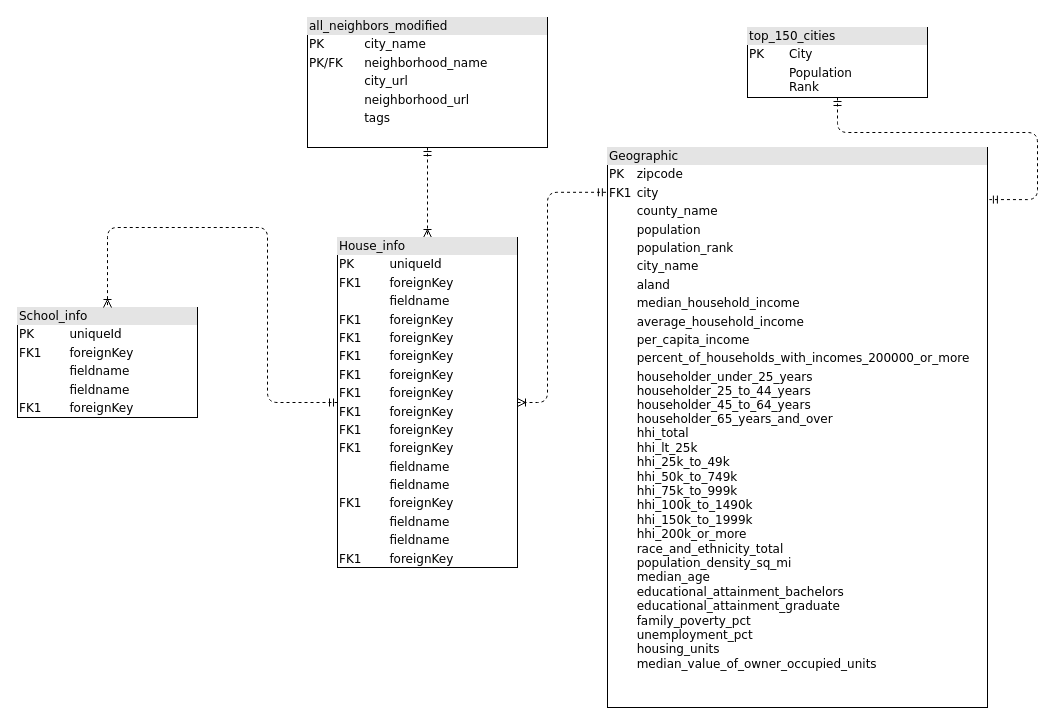
Earlier version of the draw.io diagram DataBase-Diagram.drawio (sakuraszy/STATS-170A-Group). Source tidied: cells renumbered, new cells numbered last; positions are measured from the earlier drawing's top-left corner, leaving out a move shared by most shapes. Both pictures are drawn from the tidied source at 100%, with x=0, y=0 at pixel (17, 17).
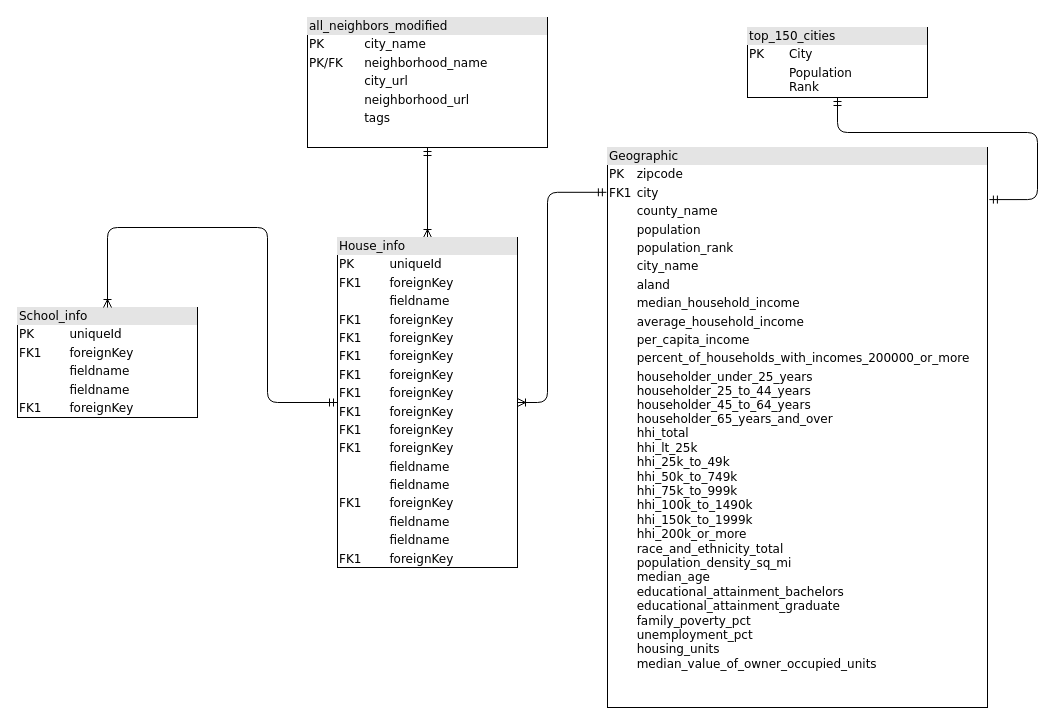
Above is the later version.

Change to the diagram source:
```diff
@@
 <mxGraphModel background="#ffffff">
   <root>
     <mxCell id="0" />
     <mxCell id="1" parent="0" />
-    <mxCell id="2" style="edgeStyle=orthogonalEdgeStyle;html=1;entryX=0.5;entryY=0;dashed=1;labelBackgroundColor=none;startArrow=ERmandOne;endArrow=ERoneToMany;fontFamily=Verdana;fontSize=12;align=left;" parent="1" edge="1" source="4" target="8">
+    <mxCell id="2" style="edgeStyle=orthogonalEdgeStyle;html=1;entryX=0.5;entryY=0;labelBackgroundColor=none;startArrow=ERmandOne;endArrow=ERoneToMany;fontFamily=Verdana;fontSize=12;align=left;" parent="1" edge="1" source="4" target="8">
       <mxGeometry relative="1" as="geometry" />
     </mxCell>
-    <mxCell id="3" style="edgeStyle=orthogonalEdgeStyle;html=1;dashed=1;labelBackgroundColor=none;startArrow=ERmandOne;endArrow=ERmandOne;fontFamily=Verdana;fontSize=12;align=left;startFill=0;endFill=0;entryX=1.005;entryY=0.093;entryDx=0;entryDy=0;entryPerimeter=0;" parent="1" edge="1" source="10" target="9">
+    <mxCell id="3" style="edgeStyle=orthogonalEdgeStyle;html=1;labelBackgroundColor=none;startArrow=ERmandOne;endArrow=ERmandOne;fontFamily=Verdana;fontSize=12;align=left;startFill=0;endFill=0;entryX=1.005;entryY=0.093;entryDx=0;entryDy=0;entryPerimeter=0;" parent="1" edge="1" source="10" target="9">
       <mxGeometry relative="1" as="geometry">
         <Array as="points">
           <mxPoint x="820" y="115" />
           <mxPoint x="1020" y="115" />
           <mxPoint x="1020" y="182" />
         </Array>
       </mxGeometry>
     </mxCell>
     <mxCell id="4" value="&lt;div style=&quot;box-sizing: border-box ; width: 100% ; background: #e4e4e4 ; padding: 2px&quot;&gt;all_neighbors_modified&lt;/div&gt;&lt;table style=&quot;width: 100% ; font-size: 1em&quot; cellpadding=&quot;2&quot; cellspacing=&quot;0&quot;&gt;&lt;tbody&gt;&lt;tr&gt;&lt;td&gt;PK&lt;/td&gt;&lt;td&gt;city_name&lt;/td&gt;&lt;/tr&gt;&lt;tr&gt;&lt;td&gt;PK/FK&lt;/td&gt;&lt;td&gt;neighborhood_name&lt;/td&gt;&lt;/tr&gt;&lt;tr&gt;&lt;td&gt;&lt;/td&gt;&lt;td&gt;city_url&lt;/td&gt;&lt;/tr&gt;&lt;tr&gt;&lt;td&gt;&lt;br&gt;&lt;/td&gt;&lt;td&gt;neighborhood_url&lt;br&gt;&lt;/td&gt;&lt;/tr&gt;&lt;tr&gt;&lt;td&gt;&lt;br&gt;&lt;/td&gt;&lt;td&gt;tags&lt;br&gt;&lt;/td&gt;&lt;/tr&gt;&lt;tr&gt;&lt;td&gt;&lt;br&gt;&lt;/td&gt;&lt;td&gt;&lt;br&gt;&lt;/td&gt;&lt;/tr&gt;&lt;/tbody&gt;&lt;/table&gt;" style="verticalAlign=top;align=left;overflow=fill;html=1;rounded=0;shadow=0;comic=0;labelBackgroundColor=none;strokeWidth=1;fontFamily=Verdana;fontSize=12;" parent="1" vertex="1">
       <mxGeometry x="290" width="240" height="130" as="geometry" />
     </mxCell>
     <mxCell id="5" value="&lt;div style=&quot;box-sizing: border-box ; width: 100% ; background: #e4e4e4 ; padding: 2px&quot;&gt;School_info&lt;/div&gt;&lt;table style=&quot;width: 100% ; font-size: 1em&quot; cellpadding=&quot;2&quot; cellspacing=&quot;0&quot;&gt;&lt;tbody&gt;&lt;tr&gt;&lt;td&gt;PK&lt;/td&gt;&lt;td&gt;uniqueId&lt;/td&gt;&lt;/tr&gt;&lt;tr&gt;&lt;td&gt;FK1&lt;/td&gt;&lt;td&gt;foreignKey&lt;/td&gt;&lt;/tr&gt;&lt;tr&gt;&lt;td&gt;&lt;/td&gt;&lt;td&gt;fieldname&lt;/td&gt;&lt;/tr&gt;&lt;tr&gt;&lt;td&gt;&lt;br&gt;&lt;/td&gt;&lt;td&gt;fieldname&lt;br&gt;&lt;/td&gt;&lt;/tr&gt;&lt;tr&gt;&lt;td&gt;FK1&lt;br&gt;&lt;/td&gt;&lt;td&gt;foreignKey&lt;br&gt;&lt;/td&gt;&lt;/tr&gt;&lt;/tbody&gt;&lt;/table&gt;" style="verticalAlign=top;align=left;overflow=fill;html=1;rounded=0;shadow=0;comic=0;labelBackgroundColor=none;strokeWidth=1;fontFamily=Verdana;fontSize=12;" parent="1" vertex="1">
       <mxGeometry y="290" width="180" height="110" as="geometry" />
     </mxCell>
-    <mxCell id="6" style="edgeStyle=orthogonalEdgeStyle;html=1;entryX=0.5;entryY=0;labelBackgroundColor=none;startArrow=ERmandOne;endArrow=ERoneToMany;fontFamily=Verdana;fontSize=12;align=left;dashed=1;" parent="1" edge="1" source="8" target="5">
+    <mxCell id="6" style="edgeStyle=orthogonalEdgeStyle;html=1;entryX=0.5;entryY=0;labelBackgroundColor=none;startArrow=ERmandOne;endArrow=ERoneToMany;fontFamily=Verdana;fontSize=12;align=left;" parent="1" edge="1" source="8" target="5">
       <mxGeometry relative="1" as="geometry" />
     </mxCell>
-    <mxCell id="7" style="edgeStyle=orthogonalEdgeStyle;jettySize=auto;html=1;startArrow=ERoneToMany;startFill=0;endArrow=ERmandOne;endFill=0;rounded=1;dashed=1;entryX=-0.003;entryY=0.08;entryDx=0;entryDy=0;entryPerimeter=0;" parent="1" edge="1" source="8" target="9">
+    <mxCell id="7" style="edgeStyle=orthogonalEdgeStyle;jettySize=auto;html=1;startArrow=ERoneToMany;startFill=0;endArrow=ERmandOne;endFill=0;rounded=1;entryX=-0.003;entryY=0.08;entryDx=0;entryDy=0;entryPerimeter=0;" parent="1" edge="1" source="8" target="9">
       <mxGeometry relative="1" as="geometry">
         <Array as="points">
           <mxPoint x="530" y="385" />
           <mxPoint x="530" y="175" />
         </Array>
       </mxGeometry>
     </mxCell>
     <mxCell id="8" value="&lt;div style=&quot;box-sizing: border-box ; width: 100% ; background: #e4e4e4 ; padding: 2px&quot;&gt;House_info&lt;/div&gt;&lt;table style=&quot;width: 100% ; font-size: 1em&quot; cellpadding=&quot;2&quot; cellspacing=&quot;0&quot;&gt;&lt;tbody&gt;&lt;tr&gt;&lt;td&gt;PK&lt;/td&gt;&lt;td&gt;uniqueId&lt;/td&gt;&lt;/tr&gt;&lt;tr&gt;&lt;td&gt;FK1&lt;/td&gt;&lt;td&gt;foreignKey&lt;/td&gt;&lt;/tr&gt;&lt;tr&gt;&lt;td&gt;&lt;/td&gt;&lt;td&gt;fieldname&lt;/td&gt;&lt;/tr&gt;&lt;tr&gt;&lt;td&gt;FK1&lt;br&gt;&lt;/td&gt;&lt;td&gt;foreignKey&lt;br&gt;&lt;/td&gt;&lt;/tr&gt;&lt;tr&gt;&lt;td&gt;FK1&lt;br&gt;&lt;/td&gt;&lt;td&gt;foreignKey&lt;br&gt;&lt;/td&gt;&lt;/tr&gt;&lt;tr&gt;&lt;td&gt;FK1&lt;br&gt;&lt;/td&gt;&lt;td&gt;foreignKey&lt;br&gt;&lt;/td&gt;&lt;/tr&gt;&lt;tr&gt;&lt;td&gt;FK1&lt;br&gt;&lt;/td&gt;&lt;td&gt;foreignKey&lt;br&gt;&lt;/td&gt;&lt;/tr&gt;&lt;tr&gt;&lt;td&gt;FK1&lt;br&gt;&lt;/td&gt;&lt;td&gt;foreignKey&lt;br&gt;&lt;/td&gt;&lt;/tr&gt;&lt;tr&gt;&lt;td&gt;FK1&lt;br&gt;&lt;/td&gt;&lt;td&gt;foreignKey&lt;br&gt;&lt;/td&gt;&lt;/tr&gt;&lt;tr&gt;&lt;td&gt;FK1&lt;br&gt;&lt;/td&gt;&lt;td&gt;foreignKey&lt;br&gt;&lt;/td&gt;&lt;/tr&gt;&lt;tr&gt;&lt;td&gt;FK1&lt;br&gt;&lt;/td&gt;&lt;td&gt;foreignKey&lt;br&gt;&lt;/td&gt;&lt;/tr&gt;&lt;tr&gt;&lt;td&gt;&lt;br&gt;&lt;/td&gt;&lt;td&gt;fieldname&lt;br&gt;&lt;/td&gt;&lt;/tr&gt;&lt;tr&gt;&lt;td&gt;&lt;br&gt;&lt;/td&gt;&lt;td&gt;fieldname&lt;br&gt;&lt;/td&gt;&lt;/tr&gt;&lt;tr&gt;&lt;td&gt;FK1&lt;br&gt;&lt;/td&gt;&lt;td&gt;foreignKey&lt;br&gt;&lt;/td&gt;&lt;/tr&gt;&lt;tr&gt;&lt;td&gt;&lt;br&gt;&lt;/td&gt;&lt;td&gt;fieldname&lt;br&gt;&lt;/td&gt;&lt;/tr&gt;&lt;tr&gt;&lt;td&gt;&lt;br&gt;&lt;/td&gt;&lt;td&gt;fieldname&lt;br&gt;&lt;/td&gt;&lt;/tr&gt;&lt;tr&gt;&lt;td&gt;FK1&lt;br&gt;&lt;/td&gt;&lt;td&gt;foreignKey&lt;br&gt;&lt;/td&gt;&lt;/tr&gt;&lt;/tbody&gt;&lt;/table&gt;" style="verticalAlign=top;align=left;overflow=fill;html=1;rounded=0;shadow=0;comic=0;labelBackgroundColor=none;strokeWidth=1;fontFamily=Verdana;fontSize=12;" parent="1" vertex="1">
       <mxGeometry x="320" y="220" width="180" height="330" as="geometry" />
     </mxCell>
     <mxCell id="9" value="&lt;div style=&quot;box-sizing: border-box ; width: 100% ; background: #e4e4e4 ; padding: 2px&quot;&gt;Geographic&lt;/div&gt;&lt;table style=&quot;width: 100%&quot; cellpadding=&quot;2&quot; cellspacing=&quot;0&quot;&gt;&lt;tbody&gt;&lt;tr&gt;&lt;td&gt;PK&lt;/td&gt;&lt;td&gt;zipcode&lt;/td&gt;&lt;/tr&gt;&lt;tr&gt;&lt;td&gt;FK1&lt;/td&gt;&lt;td&gt;city&lt;/td&gt;&lt;/tr&gt;&lt;tr&gt;&lt;td&gt;&lt;/td&gt;&lt;td&gt;county_name&lt;br&gt;&lt;/td&gt;&lt;/tr&gt;&lt;tr&gt;&lt;td&gt;&lt;br&gt;&lt;/td&gt;&lt;td&gt;population&lt;/td&gt;&lt;/tr&gt;&lt;tr&gt;&lt;td&gt;&lt;br&gt;&lt;/td&gt;&lt;td&gt;population_rank&lt;br&gt;&lt;/td&gt;&lt;/tr&gt;&lt;tr&gt;&lt;td&gt;&lt;br&gt;&lt;/td&gt;&lt;td&gt;city_name&lt;/td&gt;&lt;/tr&gt;&lt;tr&gt;&lt;td&gt;&lt;br&gt;&lt;/td&gt;&lt;td&gt;aland&lt;/td&gt;&lt;/tr&gt;&lt;tr&gt;&lt;td&gt;&lt;br&gt;&lt;/td&gt;&lt;td&gt;&lt;p style=&quot;margin: 0px ; font-stretch: normal ; line-height: normal&quot;&gt;&lt;font style=&quot;font-size: 12px&quot;&gt;median_household_income&lt;/font&gt;&lt;/p&gt;&lt;/td&gt;&lt;/tr&gt;&lt;tr&gt;&lt;td&gt;&lt;br&gt;&lt;/td&gt;&lt;td&gt;&lt;p style=&quot;margin: 0px ; font-stretch: normal ; line-height: normal&quot;&gt;&lt;font style=&quot;font-size: 12px&quot;&gt;average_household_income&lt;/font&gt;&lt;/p&gt;&lt;/td&gt;&lt;/tr&gt;&lt;tr&gt;&lt;td&gt;&lt;br&gt;&lt;/td&gt;&lt;td&gt;&lt;p style=&quot;margin: 0px&quot;&gt;&lt;font color=&quot;#000000&quot; style=&quot;font-stretch: normal ; line-height: normal ; font-size: 12px&quot;&gt;per_capita_income&lt;/font&gt;&lt;/p&gt;&lt;/td&gt;&lt;/tr&gt;&lt;tr&gt;&lt;td&gt;&lt;font style=&quot;font-size: 12px&quot;&gt;&lt;br&gt;&lt;/font&gt;&lt;/td&gt;&lt;td&gt;&lt;p style=&quot;margin: 0px&quot;&gt;&lt;font color=&quot;#000000&quot; style=&quot;font-stretch: normal ; line-height: normal ; font-size: 12px&quot;&gt;percent_of_households_with_incomes_200000_or_more&lt;/font&gt;&lt;/p&gt;&lt;/td&gt;&lt;/tr&gt;&lt;tr&gt;&lt;td&gt;&lt;font style=&quot;font-size: 12px&quot;&gt;&lt;br&gt;&lt;/font&gt;&lt;/td&gt;&lt;td&gt;&lt;p style=&quot;margin: 0px ; font-stretch: normal ; line-height: normal&quot;&gt;&lt;font style=&quot;font-size: 12px&quot;&gt;householder_under_25_years&lt;/font&gt;&lt;/p&gt;&lt;p style=&quot;margin: 0px ; font-stretch: normal ; line-height: normal&quot;&gt;&lt;font style=&quot;font-size: 12px&quot;&gt;householder_25_to_44_years&lt;/font&gt;&lt;/p&gt;&lt;p style=&quot;margin: 0px&quot;&gt;&lt;font color=&quot;#000000&quot; style=&quot;font-stretch: normal ; line-height: normal ; font-size: 12px&quot;&gt;householder_45_to_64_years&lt;/font&gt;&lt;/p&gt;&lt;p style=&quot;margin: 0px&quot;&gt;&lt;font color=&quot;#000000&quot; style=&quot;font-stretch: normal ; line-height: normal ; font-size: 12px&quot;&gt;&lt;/font&gt;&lt;/p&gt;&lt;p style=&quot;margin: 0px&quot;&gt;&lt;font color=&quot;#000000&quot; style=&quot;font-stretch: normal ; line-height: normal ; font-size: 12px&quot;&gt;householder_65_years_and_over&lt;/font&gt;&lt;/p&gt;&lt;p style=&quot;margin: 0px&quot;&gt;&lt;font color=&quot;#000000&quot; style=&quot;font-stretch: normal ; line-height: normal ; font-size: 12px&quot;&gt;&lt;/font&gt;&lt;/p&gt;&lt;p style=&quot;margin: 0px&quot;&gt;&lt;font color=&quot;#000000&quot; style=&quot;font-stretch: normal ; line-height: normal ; font-size: 12px&quot;&gt;hhi_total&lt;/font&gt;&lt;/p&gt;&lt;p style=&quot;margin: 0px&quot;&gt;&lt;font color=&quot;#000000&quot; style=&quot;font-stretch: normal ; line-height: normal ; font-size: 12px&quot;&gt;&lt;/font&gt;&lt;/p&gt;&lt;p style=&quot;margin: 0px&quot;&gt;&lt;font color=&quot;#000000&quot; style=&quot;font-stretch: normal ; line-height: normal ; font-size: 12px&quot;&gt;hhi_lt_25k&lt;/font&gt;&lt;/p&gt;&lt;p style=&quot;margin: 0px&quot;&gt;&lt;font color=&quot;#000000&quot; style=&quot;font-stretch: normal ; line-height: normal ; font-size: 12px&quot;&gt;&lt;/font&gt;&lt;/p&gt;&lt;p style=&quot;margin: 0px&quot;&gt;&lt;font color=&quot;#000000&quot; style=&quot;font-stretch: normal ; line-height: normal ; font-size: 12px&quot;&gt;hhi_25k_to_49k&lt;/font&gt;&lt;/p&gt;&lt;p style=&quot;margin: 0px&quot;&gt;&lt;font color=&quot;#000000&quot; style=&quot;font-stretch: normal ; line-height: normal ; font-size: 12px&quot;&gt;&lt;/font&gt;&lt;/p&gt;&lt;p style=&quot;margin: 0px&quot;&gt;&lt;font color=&quot;#000000&quot; style=&quot;font-stretch: normal ; line-height: normal ; font-size: 12px&quot;&gt;hhi_50k_to_749k&lt;/font&gt;&lt;/p&gt;&lt;p style=&quot;margin: 0px&quot;&gt;&lt;font color=&quot;#000000&quot; style=&quot;font-stretch: normal ; line-height: normal ; font-size: 12px&quot;&gt;&lt;/font&gt;&lt;/p&gt;&lt;p style=&quot;margin: 0px&quot;&gt;&lt;font color=&quot;#000000&quot; style=&quot;font-stretch: normal ; line-height: normal ; font-size: 12px&quot;&gt;hhi_75k_to_999k&lt;/font&gt;&lt;/p&gt;&lt;p style=&quot;margin: 0px&quot;&gt;&lt;font color=&quot;#000000&quot; style=&quot;font-stretch: normal ; line-height: normal ; font-size: 12px&quot;&gt;&lt;/font&gt;&lt;/p&gt;&lt;p style=&quot;margin: 0px&quot;&gt;&lt;font color=&quot;#000000&quot; style=&quot;font-stretch: normal ; line-height: normal ; font-size: 12px&quot;&gt;hhi_100k_to_1490k&lt;/font&gt;&lt;/p&gt;&lt;p style=&quot;margin: 0px&quot;&gt;&lt;font color=&quot;#000000&quot; style=&quot;font-stretch: normal ; line-height: normal ; font-size: 12px&quot;&gt;&lt;/font&gt;&lt;/p&gt;&lt;p style=&quot;margin: 0px&quot;&gt;&lt;font color=&quot;#000000&quot; style=&quot;font-stretch: normal ; line-height: normal ; font-size: 12px&quot;&gt;hhi_150k_to_1999k&lt;/font&gt;&lt;/p&gt;&lt;p style=&quot;margin: 0px&quot;&gt;&lt;font color=&quot;#000000&quot; style=&quot;font-stretch: normal ; line-height: normal ; font-size: 12px&quot;&gt;&lt;/font&gt;&lt;/p&gt;&lt;p style=&quot;margin: 0px&quot;&gt;&lt;font color=&quot;#000000&quot; style=&quot;font-stretch: normal ; line-height: normal ; font-size: 12px&quot;&gt;hhi_200k_or_more&lt;/font&gt;&lt;/p&gt;&lt;p style=&quot;margin: 0px&quot;&gt;&lt;font color=&quot;#000000&quot; style=&quot;font-stretch: normal ; line-height: normal ; font-size: 12px&quot;&gt;&lt;/font&gt;&lt;/p&gt;&lt;p style=&quot;margin: 0px&quot;&gt;&lt;font color=&quot;#000000&quot; style=&quot;font-stretch: normal ; line-height: normal ; font-size: 12px&quot;&gt;race_and_ethnicity_total&lt;/font&gt;&lt;/p&gt;&lt;p style=&quot;margin: 0px&quot;&gt;&lt;font color=&quot;#000000&quot; style=&quot;font-stretch: normal ; line-height: normal ; font-size: 12px&quot;&gt;&lt;/font&gt;&lt;/p&gt;&lt;p style=&quot;margin: 0px&quot;&gt;&lt;font color=&quot;#000000&quot; style=&quot;font-stretch: normal ; line-height: normal ; font-size: 12px&quot;&gt;population_density_sq_mi&lt;/font&gt;&lt;/p&gt;&lt;p style=&quot;margin: 0px&quot;&gt;&lt;font color=&quot;#000000&quot; style=&quot;font-stretch: normal ; line-height: normal ; font-size: 12px&quot;&gt;&lt;/font&gt;&lt;/p&gt;&lt;p style=&quot;margin: 0px&quot;&gt;&lt;font color=&quot;#000000&quot; style=&quot;font-stretch: normal ; line-height: normal ; font-size: 12px&quot;&gt;median_age&lt;/font&gt;&lt;/p&gt;&lt;p style=&quot;margin: 0px&quot;&gt;&lt;font color=&quot;#000000&quot; style=&quot;font-stretch: normal ; line-height: normal ; font-size: 12px&quot;&gt;&lt;/font&gt;&lt;/p&gt;&lt;p style=&quot;margin: 0px&quot;&gt;&lt;font color=&quot;#000000&quot; style=&quot;font-stretch: normal ; line-height: normal ; font-size: 12px&quot;&gt;educational_attainment_bachelors&lt;/font&gt;&lt;/p&gt;&lt;p style=&quot;margin: 0px&quot;&gt;&lt;font color=&quot;#000000&quot; style=&quot;font-stretch: normal ; line-height: normal ; font-size: 12px&quot;&gt;&lt;/font&gt;&lt;/p&gt;&lt;p style=&quot;margin: 0px&quot;&gt;&lt;font color=&quot;#000000&quot; style=&quot;font-stretch: normal ; line-height: normal ; font-size: 12px&quot;&gt;educational_attainment_graduate&lt;/font&gt;&lt;/p&gt;&lt;p style=&quot;margin: 0px&quot;&gt;&lt;font color=&quot;#000000&quot; style=&quot;font-stretch: normal ; line-height: normal ; font-size: 12px&quot;&gt;&lt;/font&gt;&lt;/p&gt;&lt;p style=&quot;margin: 0px&quot;&gt;&lt;font color=&quot;#000000&quot; style=&quot;font-stretch: normal ; line-height: normal ; font-size: 12px&quot;&gt;family_poverty_pct&lt;/font&gt;&lt;/p&gt;&lt;p style=&quot;margin: 0px&quot;&gt;&lt;font color=&quot;#000000&quot; style=&quot;font-stretch: normal ; line-height: normal ; font-size: 12px&quot;&gt;&lt;/font&gt;&lt;/p&gt;&lt;p style=&quot;margin: 0px&quot;&gt;&lt;font color=&quot;#000000&quot; style=&quot;font-stretch: normal ; line-height: normal ; font-size: 12px&quot;&gt;unemployment_pct&lt;/font&gt;&lt;/p&gt;&lt;p style=&quot;margin: 0px&quot;&gt;&lt;font color=&quot;#000000&quot; style=&quot;font-stretch: normal ; line-height: normal ; font-size: 12px&quot;&gt;&lt;/font&gt;&lt;/p&gt;&lt;p style=&quot;margin: 0px&quot;&gt;&lt;font color=&quot;#000000&quot; style=&quot;font-stretch: normal ; line-height: normal ; font-size: 12px&quot;&gt;housing_units&lt;/font&gt;&lt;/p&gt;&lt;p style=&quot;margin: 0px&quot;&gt;&lt;font color=&quot;#000000&quot; style=&quot;font-stretch: normal ; line-height: normal ; font-size: 12px&quot;&gt;&lt;/font&gt;&lt;/p&gt;&lt;p style=&quot;margin: 0px&quot;&gt;&lt;font color=&quot;#000000&quot; style=&quot;font-stretch: normal ; line-height: normal ; font-size: 12px&quot;&gt;median_value_of_owner_occupied_units&lt;/font&gt;&lt;/p&gt;&lt;/td&gt;&lt;/tr&gt;&lt;/tbody&gt;&lt;/table&gt;" style="verticalAlign=top;align=left;overflow=fill;html=1;rounded=0;shadow=0;comic=0;labelBackgroundColor=none;strokeWidth=1;fontFamily=Verdana;fontSize=12;" parent="1" vertex="1">
       <mxGeometry x="590" y="130" width="380" height="560" as="geometry" />
     </mxCell>
     <mxCell id="10" value="&lt;div style=&quot;box-sizing: border-box ; width: 100% ; background: #e4e4e4 ; padding: 2px&quot;&gt;top_150_cities&lt;/div&gt;&lt;table style=&quot;width: 100% ; font-size: 1em&quot; cellpadding=&quot;2&quot; cellspacing=&quot;0&quot;&gt;&lt;tbody&gt;&lt;tr&gt;&lt;td&gt;PK&lt;/td&gt;&lt;td&gt;City&lt;br&gt;&lt;/td&gt;&lt;/tr&gt;&lt;tr&gt;&lt;td&gt;&lt;br&gt;&lt;/td&gt;&lt;td&gt;Population&lt;br&gt;Rank&lt;/td&gt;&lt;/tr&gt;&lt;/tbody&gt;&lt;/table&gt;" style="verticalAlign=top;align=left;overflow=fill;html=1;rounded=0;shadow=0;comic=0;labelBackgroundColor=none;strokeWidth=1;fontFamily=Verdana;fontSize=12;" parent="1" vertex="1">
       <mxGeometry x="730" y="10" width="180" height="70" as="geometry" />
     </mxCell>
   </root>
 </mxGraphModel>
```
